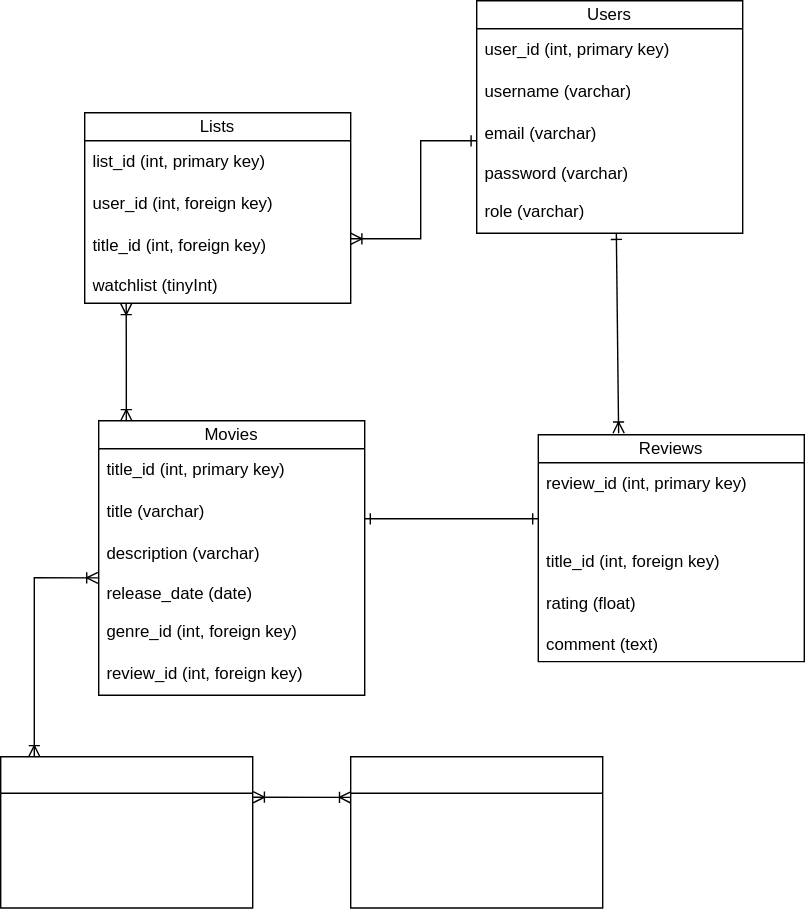
This is ERD.drawio.svg from chas-academy/u05-imdb-klon-u05-imdb-klon-grupp1, a draw.io export, as it was before one commit. Source tidied: cells renumbered, new cells last; positions are measured from the earlier drawing's top-left corner, leaving out a move shared by most shapes.
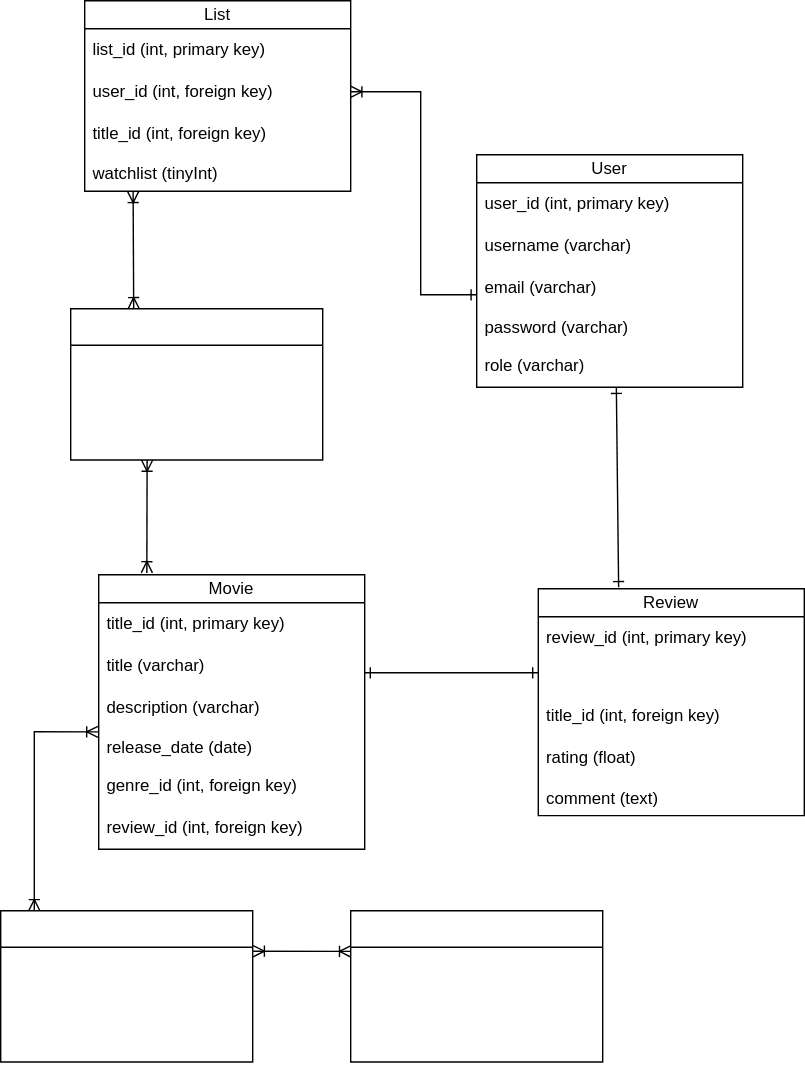
Above is the later version.

Commit message:
ERD last modification, fixes #10

The edit, as a diff of the source:
```diff
@@ -2,7 +2,7 @@
   <root>
     <mxCell id="0" />
     <mxCell id="1" parent="0" />
-    <mxCell id="2" value="Users" style="swimlane;fontStyle=0;horizontal=1;startSize=20;whiteSpace=wrap;html=1;" parent="1" vertex="1">
+    <mxCell id="2" value="User" style="swimlane;fontStyle=0;horizontal=1;startSize=20;whiteSpace=wrap;html=1;" parent="1" vertex="1">
       <mxGeometry x="340" width="190" height="166" as="geometry" />
     </mxCell>
     <mxCell id="3" value="user_id (int, primary key)" style="text;strokeColor=none;fillColor=none;align=left;verticalAlign=middle;spacingLeft=4;spacingRight=4;overflow=hidden;whiteSpace=wrap;html=1;" parent="2" vertex="1">
@@ -20,7 +20,7 @@
     <mxCell id="7" value="role (varchar)" style="text;strokeColor=none;fillColor=none;align=left;verticalAlign=middle;spacingLeft=4;spacingRight=4;overflow=hidden;points=[[0,0.5],[1,0.5]];portConstraint=eastwest;whiteSpace=wrap;html=1;" parent="2" vertex="1">
       <mxGeometry y="136" width="190" height="30" as="geometry" />
     </mxCell>
-    <mxCell id="8" value="Movies" style="swimlane;fontStyle=0;horizontal=1;startSize=20;whiteSpace=wrap;html=1;" parent="1" vertex="1">
+    <mxCell id="8" value="Movie" style="swimlane;fontStyle=0;horizontal=1;startSize=20;whiteSpace=wrap;html=1;" parent="1" vertex="1">
       <mxGeometry x="70" y="300" width="190" height="196" as="geometry" />
     </mxCell>
     <mxCell id="9" value="title_id (int, primary key)" style="text;strokeColor=none;fillColor=none;align=left;verticalAlign=middle;spacingLeft=4;spacingRight=4;overflow=hidden;whiteSpace=wrap;html=1;" parent="8" vertex="1">
@@ -41,7 +41,7 @@
     <mxCell id="14" value="review_id (int, foreign key)" style="text;strokeColor=none;fillColor=none;align=left;verticalAlign=middle;spacingLeft=4;spacingRight=4;overflow=hidden;whiteSpace=wrap;html=1;" parent="8" vertex="1">
       <mxGeometry y="166" width="190" height="30" as="geometry" />
     </mxCell>
-    <mxCell id="15" value="Reviews" style="swimlane;fontStyle=0;horizontal=1;startSize=20;whiteSpace=wrap;html=1;" parent="1" vertex="1">
+    <mxCell id="15" value="Review" style="swimlane;fontStyle=0;horizontal=1;startSize=20;whiteSpace=wrap;html=1;" parent="1" vertex="1">
       <mxGeometry x="384" y="310" width="190" height="162" as="geometry" />
     </mxCell>
     <mxCell id="16" value="review_id (int, primary key)" style="text;strokeColor=none;fillColor=none;align=left;verticalAlign=middle;spacingLeft=4;spacingRight=4;overflow=hidden;whiteSpace=wrap;html=1;" parent="15" vertex="1">
@@ -59,7 +59,7 @@
     <mxCell id="20" value="comment (text)" style="text;strokeColor=none;fillColor=none;align=left;verticalAlign=top;spacingLeft=4;spacingRight=4;overflow=hidden;whiteSpace=wrap;html=1;" parent="15" vertex="1">
       <mxGeometry y="136" width="190" height="26" as="geometry" />
     </mxCell>
-    <mxCell id="21" value="Genres" style="swimlane;fontStyle=0;horizontal=1;startSize=26;fillColor=none;html=1;fontColor=#FFFFFF;" parent="1" vertex="1">
+    <mxCell id="21" value="Genre" style="swimlane;fontStyle=0;horizontal=1;startSize=26;fillColor=none;html=1;fontColor=#FFFFFF;" parent="1" vertex="1">
       <mxGeometry x="250" y="540" width="180" height="108" as="geometry" />
     </mxCell>
     <mxCell id="22" value="genre_id (int, primary key)" style="text;strokeColor=none;fillColor=none;align=left;verticalAlign=top;spacingLeft=4;spacingRight=4;overflow=hidden;whiteSpace=wrap;html=1;fontColor=#FFFFFF;" parent="21" vertex="1">
@@ -71,8 +71,8 @@
     <mxCell id="24" value="list_id (int, foreign key)" style="text;strokeColor=none;fillColor=none;align=left;verticalAlign=middle;spacingLeft=4;spacingRight=4;overflow=hidden;whiteSpace=wrap;html=1;fontColor=#FFFFFF;" parent="21" vertex="1">
       <mxGeometry y="78" width="180" height="30" as="geometry" />
     </mxCell>
-    <mxCell id="25" value="Lists" style="swimlane;fontStyle=0;horizontal=1;startSize=20;whiteSpace=wrap;html=1;" parent="1" vertex="1">
-      <mxGeometry x="60" y="80" width="190" height="136" as="geometry" />
+    <mxCell id="25" value="List" style="swimlane;fontStyle=0;horizontal=1;startSize=20;whiteSpace=wrap;html=1;" parent="1" vertex="1">
+      <mxGeometry x="60" y="-110" width="190" height="136" as="geometry" />
     </mxCell>
     <mxCell id="26" value="list_id (int, primary key)" style="text;strokeColor=none;fillColor=none;align=left;verticalAlign=middle;spacingLeft=4;spacingRight=4;overflow=hidden;whiteSpace=wrap;html=1;" parent="25" vertex="1">
       <mxGeometry y="20" width="190" height="30" as="geometry" />
@@ -86,17 +86,16 @@
     <mxCell id="29" value="watchlist (tinyInt)" style="text;strokeColor=none;fillColor=none;align=left;verticalAlign=top;spacingLeft=4;spacingRight=4;overflow=hidden;points=[[0,0.5],[1,0.5]];portConstraint=eastwest;whiteSpace=wrap;html=1;" parent="25" vertex="1">
       <mxGeometry y="110" width="190" height="26" as="geometry" />
     </mxCell>
-    <mxCell id="30" style="fontSize=12;html=1;endArrow=ERoneToMany;rounded=0;startArrow=ERone;startFill=0;" parent="1" edge="1">
+    <mxCell id="30" style="fontSize=12;html=1;endArrow=ERoneToMany;rounded=0;startArrow=ERone;startFill=0;entryX=1;entryY=0.5;entryDx=0;entryDy=0;" parent="1" edge="1" target="27">
       <mxGeometry relative="1" as="geometry">
         <mxPoint x="340" y="100" as="sourcePoint" />
-        <mxPoint x="250" y="170" as="targetPoint" />
         <Array as="points">
           <mxPoint x="300" y="100" />
-          <mxPoint x="300" y="170" />
+          <mxPoint x="300" y="-45" />
         </Array>
       </mxGeometry>
     </mxCell>
-    <mxCell id="31" style="fontSize=12;html=1;endArrow=ERoneToMany;rounded=0;startArrow=ERone;startFill=0;entryX=0.302;entryY=-0.007;entryDx=0;entryDy=0;entryPerimeter=0;exitX=0.525;exitY=1.016;exitDx=0;exitDy=0;exitPerimeter=0;" parent="1" edge="1" source="7" target="15">
+    <mxCell id="31" style="fontSize=12;html=1;endArrow=ERone;rounded=0;startArrow=ERone;startFill=0;entryX=0.302;entryY=-0.007;entryDx=0;entryDy=0;entryPerimeter=0;exitX=0.525;exitY=1.016;exitDx=0;exitDy=0;exitPerimeter=0;endFill=0;" parent="1" edge="1" source="7" target="15">
       <mxGeometry relative="1" as="geometry" />
     </mxCell>
     <mxCell id="32" style="fontSize=12;html=1;endArrow=ERone;rounded=0;startArrow=ERone;startFill=0;endFill=0;" parent="1" edge="1">
@@ -110,13 +109,8 @@
         <mxPoint x="250" y="569" as="targetPoint" />
       </mxGeometry>
     </mxCell>
-    <mxCell id="34" style="fontSize=12;html=1;endArrow=ERoneToMany;rounded=0;startArrow=ERoneToMany;startFill=0;elbow=vertical;exitX=0.156;exitY=1.006;exitDx=0;exitDy=0;exitPerimeter=0;" parent="1" edge="1" source="29">
-      <mxGeometry relative="1" as="geometry">
-        <mxPoint x="89.7" y="300" as="targetPoint" />
-        <Array as="points">
-          <mxPoint x="89.7" y="260" />
-        </Array>
-      </mxGeometry>
+    <mxCell id="34" style="fontSize=12;html=1;endArrow=ERoneToMany;rounded=0;startArrow=ERoneToMany;startFill=0;elbow=vertical;exitX=0.182;exitY=1.005;exitDx=0;exitDy=0;exitPerimeter=0;entryX=0.25;entryY=0;entryDx=0;entryDy=0;" parent="1" edge="1" source="29" target="40">
+      <mxGeometry relative="1" as="geometry" />
     </mxCell>
     <mxCell id="35" value="MoviesGenres" style="swimlane;fontStyle=0;horizontal=1;startSize=26;fillColor=none;html=1;fontColor=#FFFFFF;" parent="1" vertex="1">
       <mxGeometry y="540" width="180" height="108" as="geometry" />
@@ -138,5 +132,22 @@
         </Array>
       </mxGeometry>
     </mxCell>
+    <mxCell id="40" value="MoviesLists" style="swimlane;fontStyle=0;horizontal=1;startSize=26;fillColor=none;html=1;fontColor=#FFFFFF;" parent="1" vertex="1">
+      <mxGeometry x="50" y="110" width="180" height="108" as="geometry" />
+    </mxCell>
+    <mxCell id="41" value="movieslists_id (int, primary key)" style="text;strokeColor=none;fillColor=none;align=left;verticalAlign=middle;spacingLeft=4;spacingRight=4;overflow=hidden;whiteSpace=wrap;html=1;fontColor=#FFFFFF;" parent="40" vertex="1">
+      <mxGeometry y="26" width="180" height="30" as="geometry" />
+    </mxCell>
+    <mxCell id="42" value="title_id (int, foreign key)" style="text;strokeColor=none;fillColor=none;align=left;verticalAlign=top;spacingLeft=4;spacingRight=4;overflow=hidden;whiteSpace=wrap;html=1;fontColor=#FFFFFF;" parent="40" vertex="1">
+      <mxGeometry y="56" width="180" height="26" as="geometry" />
+    </mxCell>
+    <mxCell id="43" value="list_id (int, foreign key)" style="text;strokeColor=none;fillColor=none;align=left;verticalAlign=top;spacingLeft=4;spacingRight=4;overflow=hidden;whiteSpace=wrap;html=1;fontColor=#FFFFFF;" parent="40" vertex="1">
+      <mxGeometry y="82" width="180" height="26" as="geometry" />
+    </mxCell>
+    <mxCell id="44" style="fontSize=12;html=1;endArrow=ERoneToMany;rounded=0;startArrow=ERoneToMany;startFill=0;elbow=vertical;exitX=0.182;exitY=1.005;exitDx=0;exitDy=0;exitPerimeter=0;entryX=0.181;entryY=-0.007;entryDx=0;entryDy=0;entryPerimeter=0;" parent="1" edge="1" target="8">
+      <mxGeometry relative="1" as="geometry">
+        <mxPoint x="104.6" y="218" as="sourcePoint" />
+      </mxGeometry>
+    </mxCell>
   </root>
 </mxGraphModel>
```
